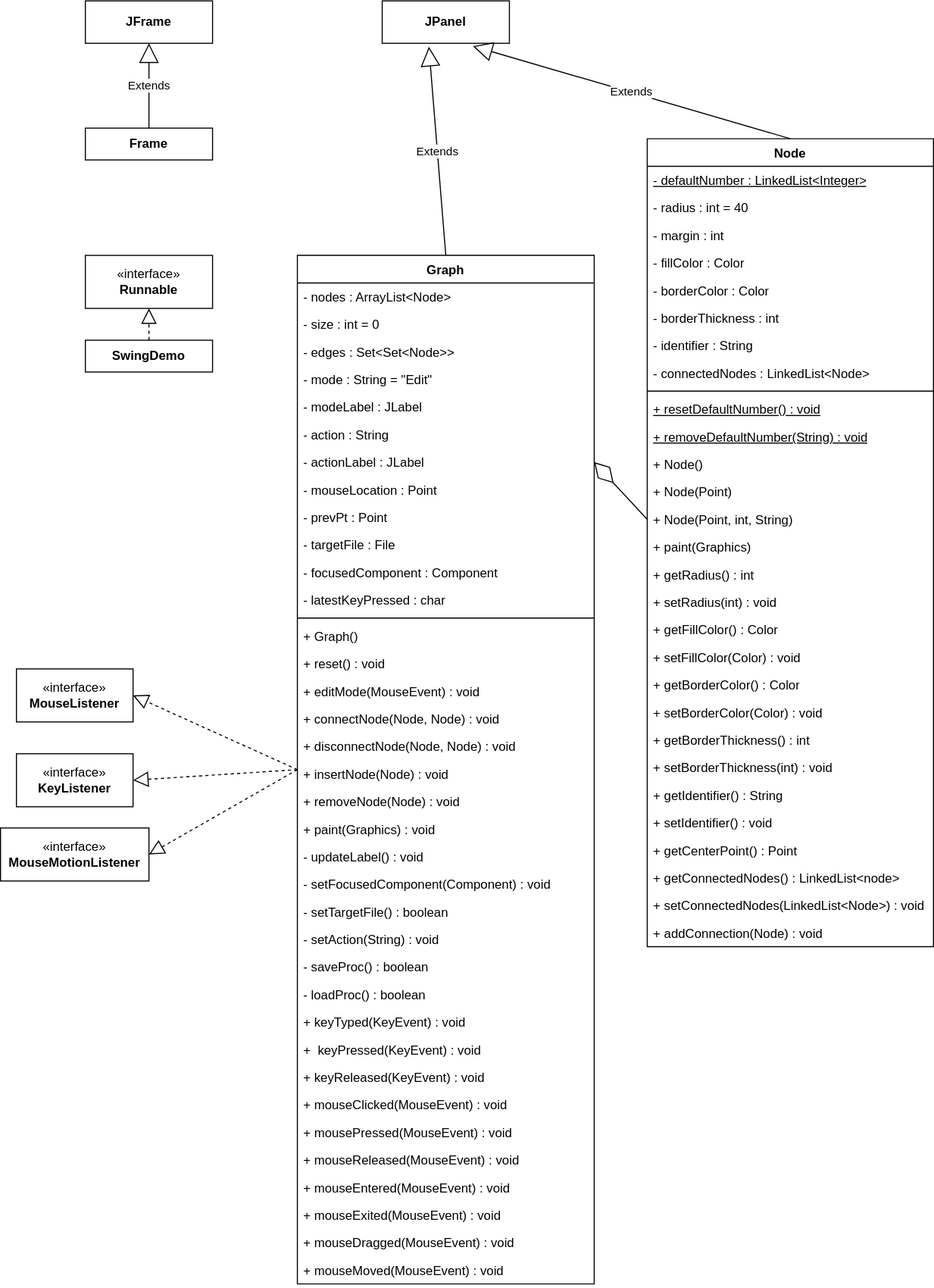
Before: assets/GUI.drawio.svg, a diagram exported from draw.io (Ezo-Tanuki/Graph-GUI). Source tidied: cells renumbered, new cells last; positions are measured from the earlier drawing's top-left corner, leaving out a move shared by most shapes.
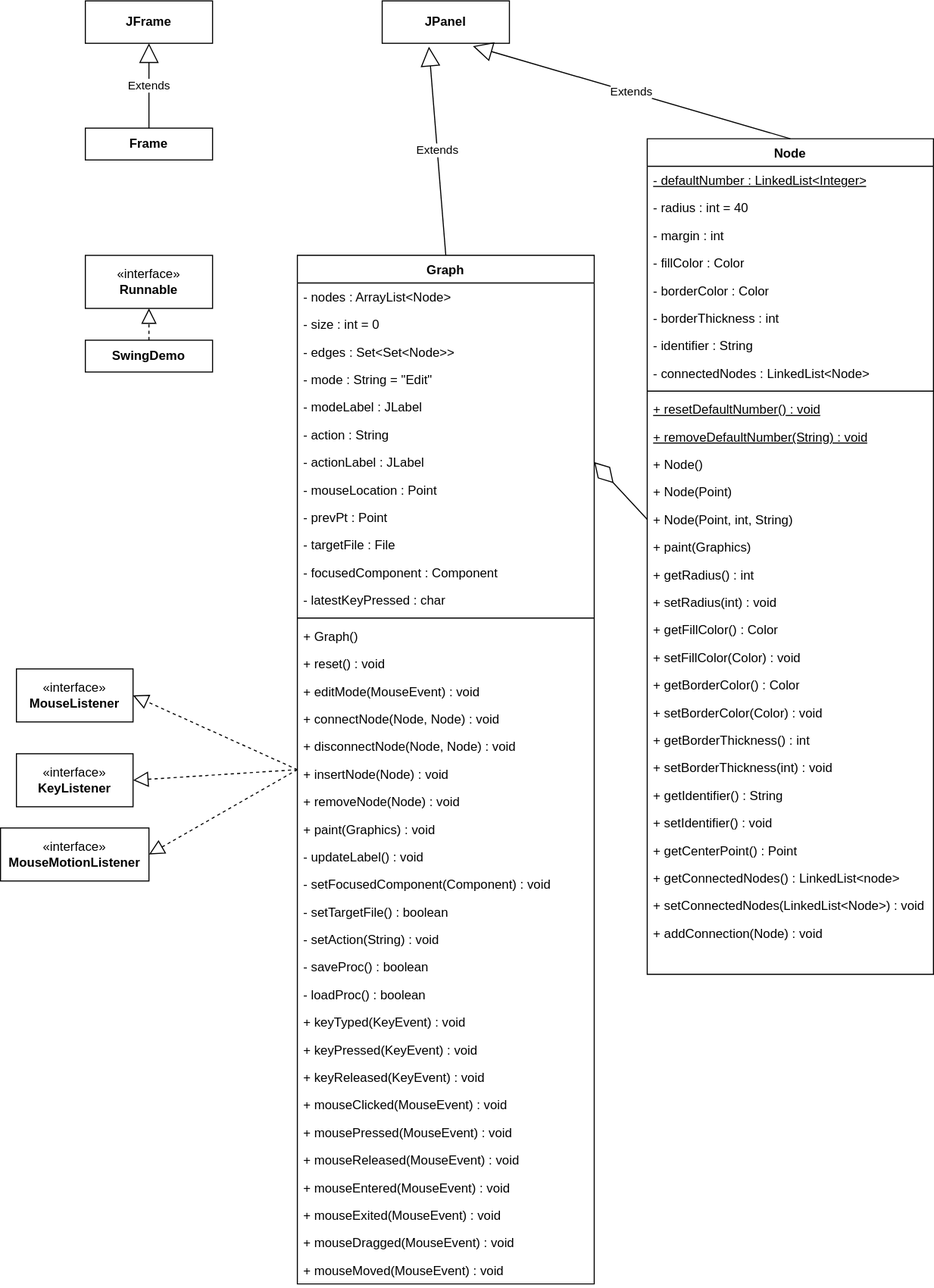
After the change.

Diff of the diagram source:
```diff
@@ -89,7 +89,7 @@
     <mxCell id="30" value="+ keyTyped(KeyEvent) : void" style="text;align=left;verticalAlign=top;spacingLeft=4;spacingRight=4;overflow=hidden;" parent="2" vertex="1">
       <mxGeometry y="710" width="280" height="26" as="geometry" />
     </mxCell>
-    <mxCell id="31" value="+  keyPressed(KeyEvent) : void" style="text;align=left;verticalAlign=top;spacingLeft=4;spacingRight=4;overflow=hidden;" parent="2" vertex="1">
+    <mxCell id="31" value="+ keyPressed(KeyEvent) : void" style="text;align=left;verticalAlign=top;spacingLeft=4;spacingRight=4;overflow=hidden;" parent="2" vertex="1">
       <mxGeometry y="736" width="280" height="26" as="geometry" />
     </mxCell>
     <mxCell id="32" value="+ keyReleased(KeyEvent) : void" style="text;align=left;verticalAlign=top;spacingLeft=4;spacingRight=4;overflow=hidden;" parent="2" vertex="1">
@@ -117,7 +117,7 @@
       <mxGeometry y="944" width="280" height="26" as="geometry" />
     </mxCell>
     <mxCell id="40" value="Node" style="swimlane;fontStyle=1;align=center;verticalAlign=top;horizontal=1;startSize=26;whiteSpace=wrap;html=1;swimlaneFillColor=default;" parent="1" vertex="1">
-      <mxGeometry x="610" y="130" width="270" height="762" as="geometry" />
+      <mxGeometry x="610" y="130" width="270" height="788" as="geometry" />
     </mxCell>
     <mxCell id="41" value="- defaultNumber : LinkedList&amp;lt;Integer&amp;gt;" style="text;strokeColor=none;fillColor=none;align=left;verticalAlign=top;spacingLeft=4;spacingRight=4;overflow=hidden;whiteSpace=wrap;html=1;fontStyle=4;" parent="40" vertex="1">
       <mxGeometry y="26" width="270" height="26" as="geometry" />
@@ -206,6 +206,9 @@
     <mxCell id="69" value="+ addConnection(Node) : void" style="text;strokeColor=none;fillColor=none;align=left;verticalAlign=top;spacingLeft=4;spacingRight=4;overflow=hidden;whiteSpace=wrap;html=1;" parent="40" vertex="1">
       <mxGeometry y="736" width="270" height="26" as="geometry" />
     </mxCell>
+    <mxCell id="86" style="text;strokeColor=none;fillColor=none;align=left;verticalAlign=top;spacingLeft=4;spacingRight=4;overflow=hidden;whiteSpace=wrap;html=1;" parent="40" vertex="1">
+      <mxGeometry y="762" width="270" height="26" as="geometry" />
+    </mxCell>
     <mxCell id="70" style="endArrow=diamondThin;endFill=0;endSize=24;html=1;rounded=0;entryX=1;entryY=0.5;entryDx=0;entryDy=0;exitX=0;exitY=0.5;exitDx=0;exitDy=0;" parent="1" edge="1" source="54" target="9">
       <mxGeometry relative="1" as="geometry" />
     </mxCell>
```
